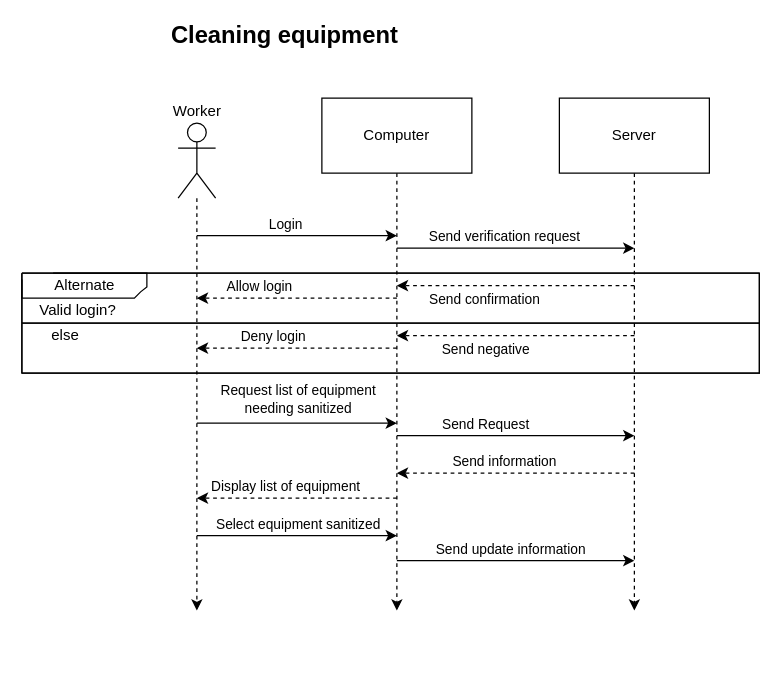
The draw.io diagram Worker Sequence.drawio in tdavis422/SeniorProject, before the edit. Source tidied: cells renumbered, new cells numbered last; positions are measured from the earlier drawing's top-left corner, leaving out a move shared by most shapes. Both pictures are drawn from the tidied source at 125%, with x=0, y=0 at pixel (21, 22).
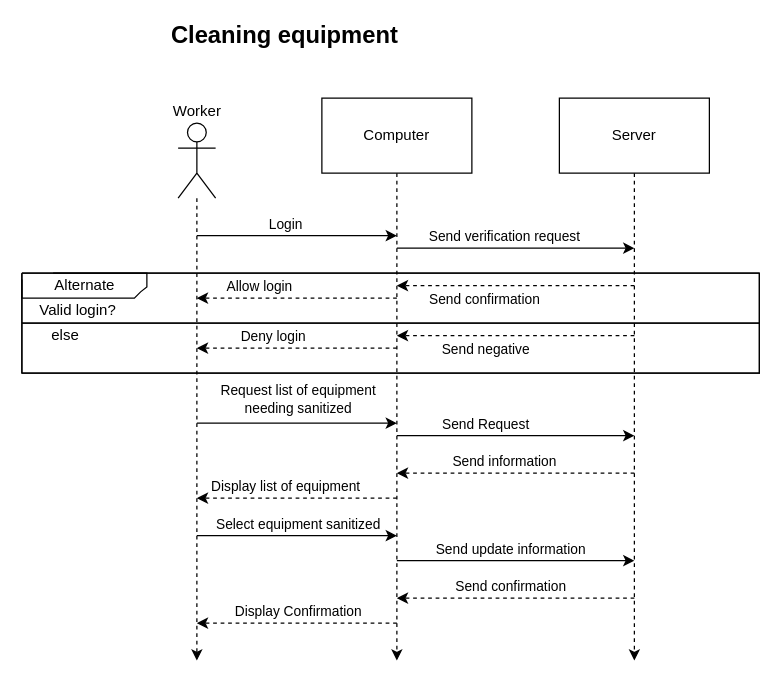
The same diagram, later.

The change refers to these unchanged cells:
```xml
<mxCell id="3" value="Worker" style="shape=umlActor;verticalLabelPosition=top;verticalAlign=bottom;html=1;outlineConnect=0;labelPosition=center;align=center;" parent="1" vertex="1">
  <mxGeometry x="125" y="80" width="30" height="60" as="geometry" />
</mxCell>
<mxCell id="5" value="Computer" style="rounded=0;whiteSpace=wrap;html=1;" parent="1" vertex="1">
  <mxGeometry x="240" y="60" width="120" height="60" as="geometry" />
</mxCell>
<mxCell id="7" value="Server" style="rounded=0;whiteSpace=wrap;html=1;" parent="1" vertex="1">
  <mxGeometry x="430" y="60" width="120" height="60" as="geometry" />
</mxCell>
```

What changed in the source:
```diff
@@
     <mxCell id="2" style="edgeStyle=orthogonalEdgeStyle;rounded=0;jettySize=auto;html=1;dashed=1;" parent="1" edge="1" source="3">
       <mxGeometry relative="1" as="geometry">
-        <mxPoint x="140" y="470" as="targetPoint" />
+        <mxPoint x="140" y="510" as="targetPoint" />
         <Array as="points">
           <mxPoint x="140" y="180" />
           <mxPoint x="140" y="180" />
         </Array>
       </mxGeometry>
     </mxCell>
@@
     <mxCell id="4" style="edgeStyle=orthogonalEdgeStyle;rounded=0;jettySize=auto;html=1;exitX=0.5;exitY=1;exitDx=0;exitDy=0;dashed=1;" parent="1" edge="1" source="5">
       <mxGeometry relative="1" as="geometry">
-        <mxPoint x="300" y="470" as="targetPoint" />
+        <mxPoint x="300" y="510" as="targetPoint" />
       </mxGeometry>
     </mxCell>
@@
     <mxCell id="6" style="edgeStyle=orthogonalEdgeStyle;rounded=0;jettySize=auto;html=1;exitX=0.5;exitY=1;exitDx=0;exitDy=0;dashed=1;" parent="1" edge="1" source="7">
       <mxGeometry relative="1" as="geometry">
-        <mxPoint x="490" y="470" as="targetPoint" />
+        <mxPoint x="490" y="510" as="targetPoint" />
       </mxGeometry>
     </mxCell>
@@
+    <mxCell id="39" style="endArrow=classic;html=1;dashed=1;" parent="1" edge="1">
+      <mxGeometry relative="1" as="geometry">
+        <mxPoint x="490" y="460" as="sourcePoint" />
+        <mxPoint x="300" y="460" as="targetPoint" />
+        <Array as="points">
+          <mxPoint x="390" y="460" />
+        </Array>
+      </mxGeometry>
+    </mxCell>
+    <mxCell id="40" value="Send confirmation" style="edgeLabel;html=1;align=center;verticalAlign=middle;" parent="39" vertex="1">
+      <mxGeometry x="0.24" y="2" relative="1" as="geometry">
+        <mxPoint x="18" y="-12" as="offset" />
+      </mxGeometry>
+    </mxCell>
+    <mxCell id="41" style="endArrow=classic;html=1;dashed=1;" parent="1" edge="1">
+      <mxGeometry relative="1" as="geometry">
+        <mxPoint x="300" y="480" as="sourcePoint" />
+        <mxPoint x="140" y="480" as="targetPoint" />
+      </mxGeometry>
+    </mxCell>
+    <mxCell id="42" value="Display Confirmation" style="edgeLabel;html=1;align=center;verticalAlign=middle;" parent="41" vertex="1">
+      <mxGeometry x="0.15" y="-2" relative="1" as="geometry">
+        <mxPoint x="12" y="-8" as="offset" />
+      </mxGeometry>
+    </mxCell>
```
